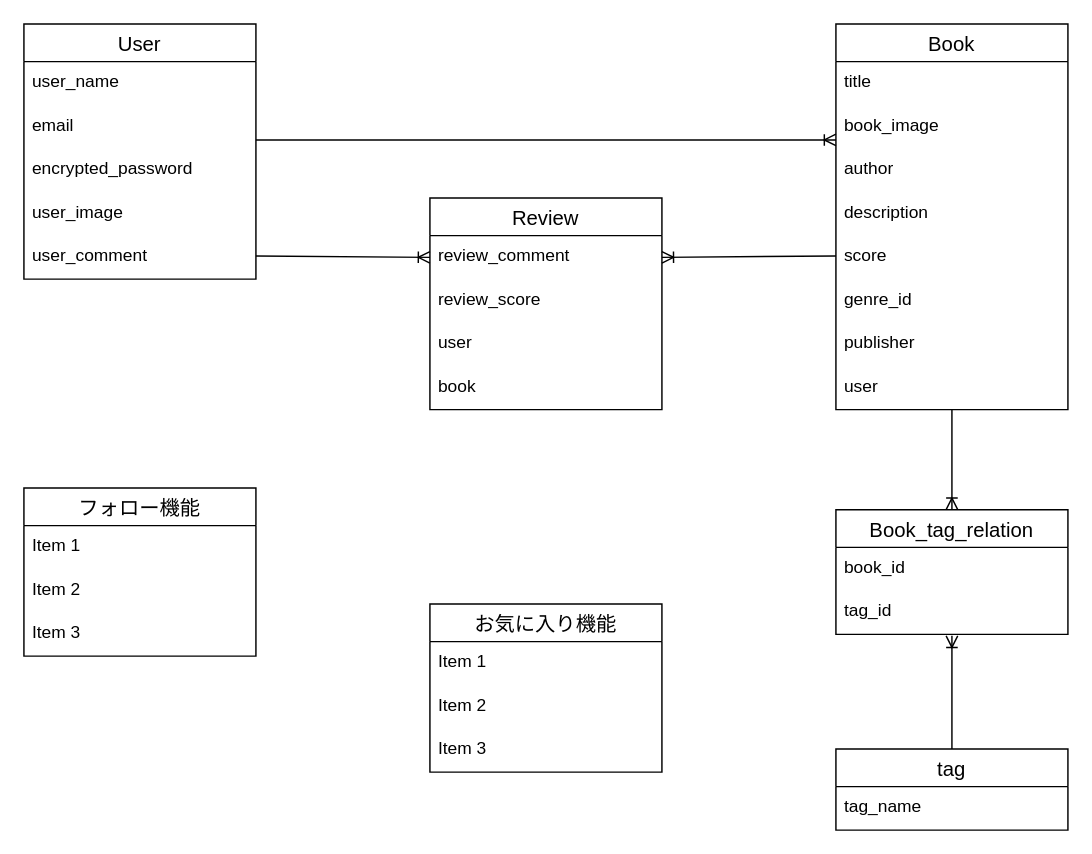
Before: table.dio in nagawa-hub/honstagram, a draw.io diagram. Source tidied: cells renumbered, new cells numbered last; positions are measured from the earlier drawing's top-left corner, leaving out a move shared by most shapes. Both pictures are drawn from the tidied source at 145%, with x=0, y=0 at pixel (23, 23).
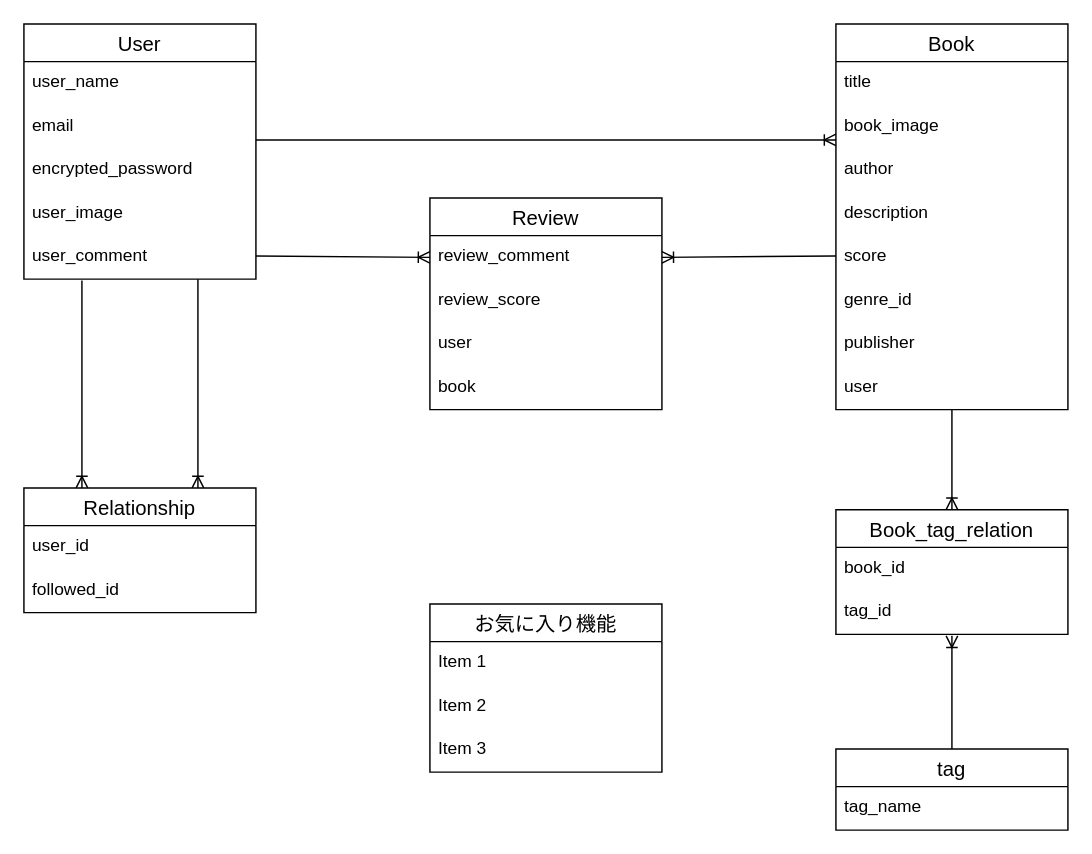
The same page after the edit.

The change refers to these unchanged cells:
```xml
<mxCell id="7" value="user_comment" style="text;strokeColor=none;fillColor=none;spacingLeft=4;spacingRight=4;overflow=hidden;points=[[0,0.5],[1,0.5]];portConstraint=eastwest;fontSize=12;" parent="2" vertex="1">
  <mxGeometry y="146" width="160" height="30" as="geometry" />
</mxCell>
```

Diff of the diagram source:
```diff
@@
-    <mxCell id="23" value="フォロー機能" style="swimlane;fontStyle=0;horizontal=1;startSize=26;align=center;fontSize=14;" parent="1" vertex="1">
-      <mxGeometry y="320" width="160" height="116" as="geometry" />
+    <mxCell id="23" value="Relationship" style="swimlane;fontStyle=0;horizontal=1;startSize=26;align=center;fontSize=14;" parent="1" vertex="1">
+      <mxGeometry y="320" width="160" height="86" as="geometry" />
     </mxCell>
-    <mxCell id="24" value="Item 1" style="text;strokeColor=none;fillColor=none;spacingLeft=4;spacingRight=4;overflow=hidden;fontSize=12;" parent="23" vertex="1">
+    <mxCell id="24" value="user_id" style="text;strokeColor=none;fillColor=none;spacingLeft=4;spacingRight=4;overflow=hidden;fontSize=12;" parent="23" vertex="1">
       <mxGeometry y="26" width="160" height="30" as="geometry" />
     </mxCell>
-    <mxCell id="25" value="Item 2" style="text;strokeColor=none;fillColor=none;spacingLeft=4;spacingRight=4;overflow=hidden;fontSize=12;" parent="23" vertex="1">
+    <mxCell id="25" value="followed_id" style="text;strokeColor=none;fillColor=none;spacingLeft=4;spacingRight=4;overflow=hidden;fontSize=12;" parent="23" vertex="1">
       <mxGeometry y="56" width="160" height="30" as="geometry" />
     </mxCell>
-    <mxCell id="26" value="Item 3" style="text;strokeColor=none;fillColor=none;spacingLeft=4;spacingRight=4;overflow=hidden;fontSize=12;" parent="23" vertex="1">
-      <mxGeometry y="86" width="160" height="30" as="geometry" />
-    </mxCell>
@@
+    <mxCell id="40" style="fontSize=12;html=1;endArrow=ERoneToMany;entryX=0.25;entryY=0;entryDx=0;entryDy=0;exitX=0.25;exitY=1.033;exitDx=0;exitDy=0;exitPerimeter=0;" parent="1" edge="1" source="7" target="23">
+      <mxGeometry relative="1" as="geometry" />
+    </mxCell>
+    <mxCell id="41" style="fontSize=12;html=1;endArrow=ERoneToMany;entryX=0.75;entryY=0;entryDx=0;entryDy=0;exitX=0.75;exitY=1;exitDx=0;exitDy=0;exitPerimeter=0;" parent="1" edge="1" source="7" target="23">
+      <mxGeometry relative="1" as="geometry" />
+    </mxCell>
```
